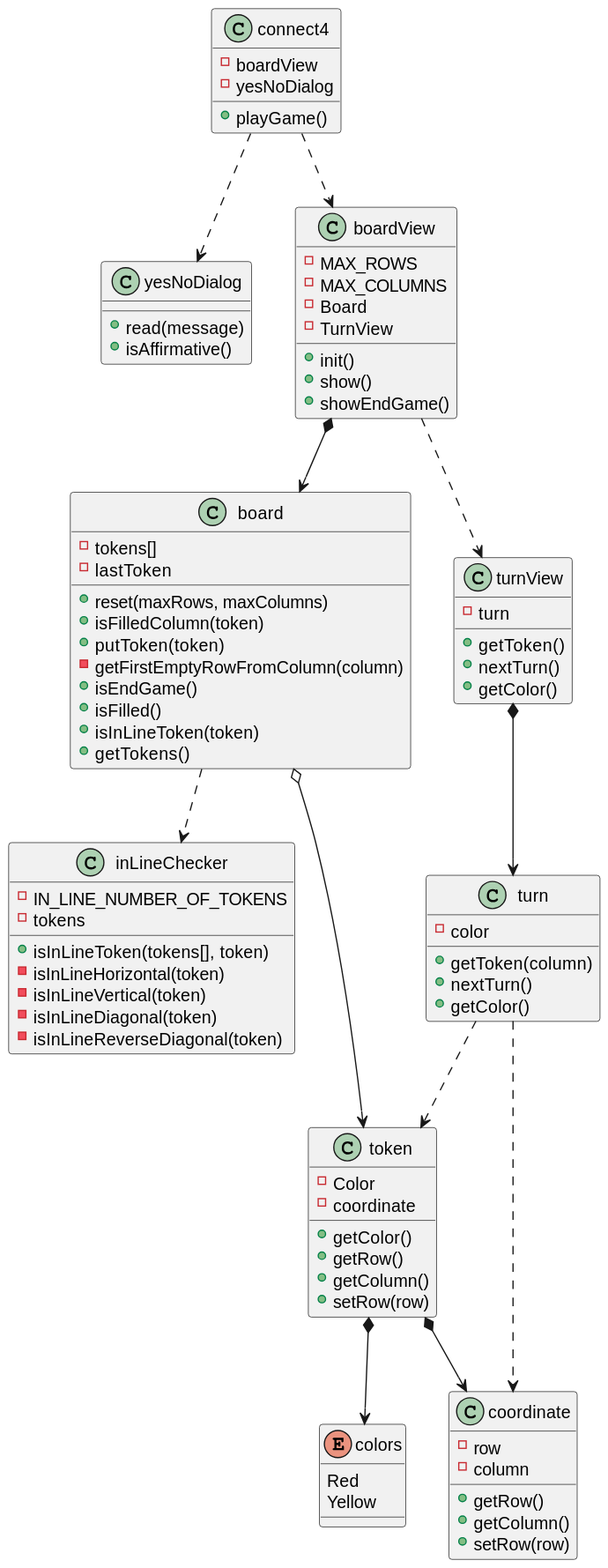
Before: out/UML/softwareModel/softwareModel.svg, a diagram exported from PlantUML (jumpering/connect4).
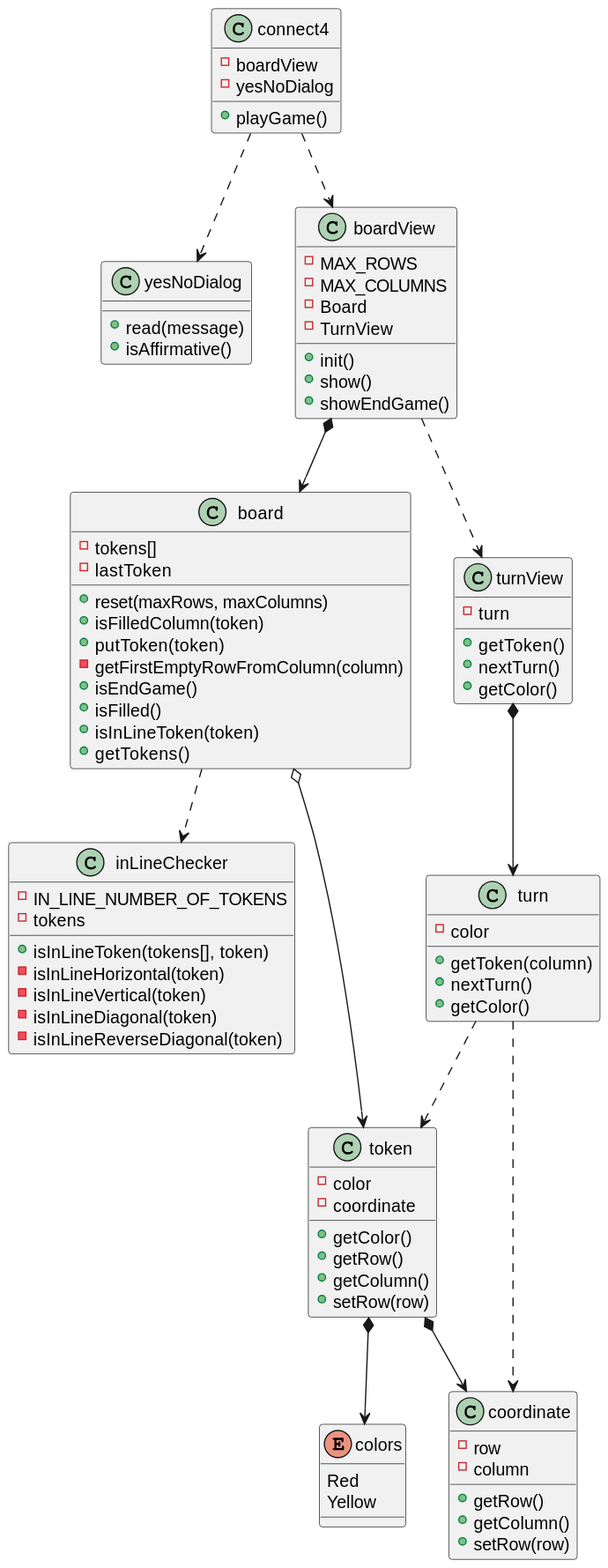
After the change.

Commit message:
refactor UML error

The edit, as a diff of the source:
```diff
@@ -41,7 +41,7 @@
 }
 
 class token{
-    - Color
+    - color
     - coordinate
     + getColor()
     + getRow()
```
